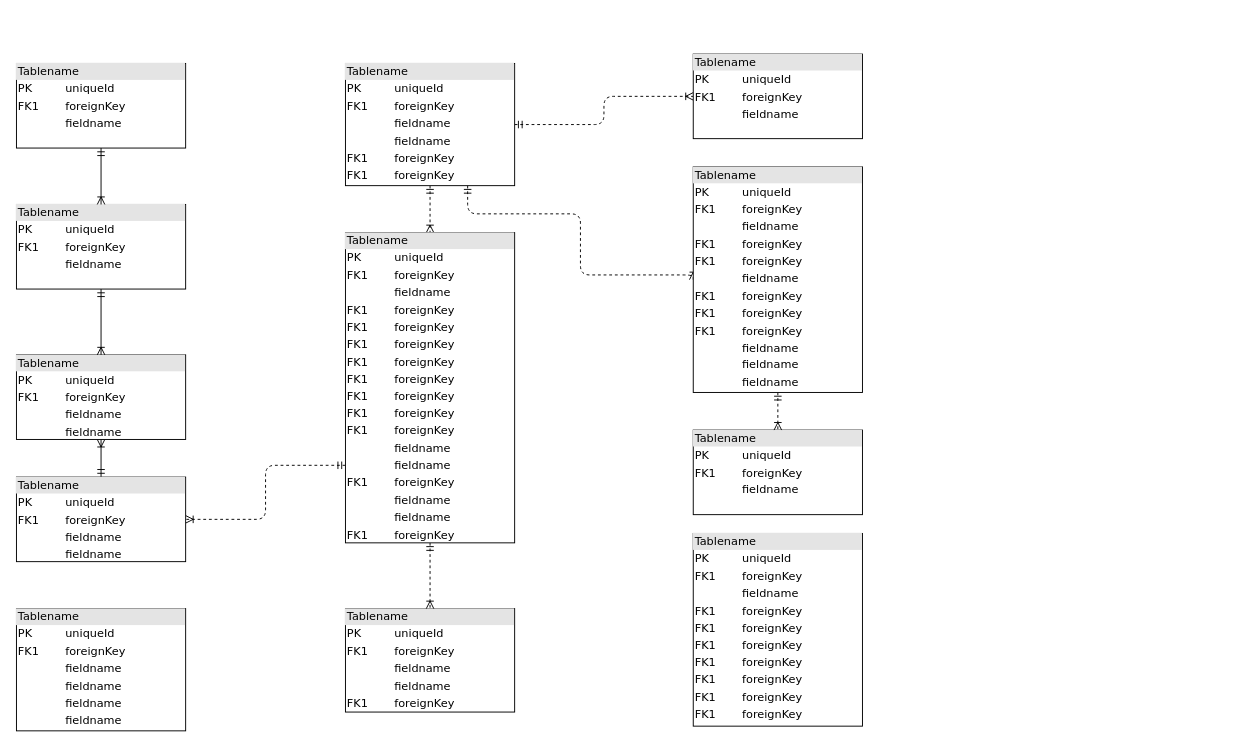
Above: TG-DATABASE.drawio in junioisaac123/diagramIOSchemes (draw.io), before the change. Source tidied: cells renumbered, new cells numbered last; positions are measured from the earlier drawing's top-left corner, leaving out a move shared by most shapes. Both pictures are drawn from the tidied source at 94%, with x=0, y=0 at pixel (16, 54).
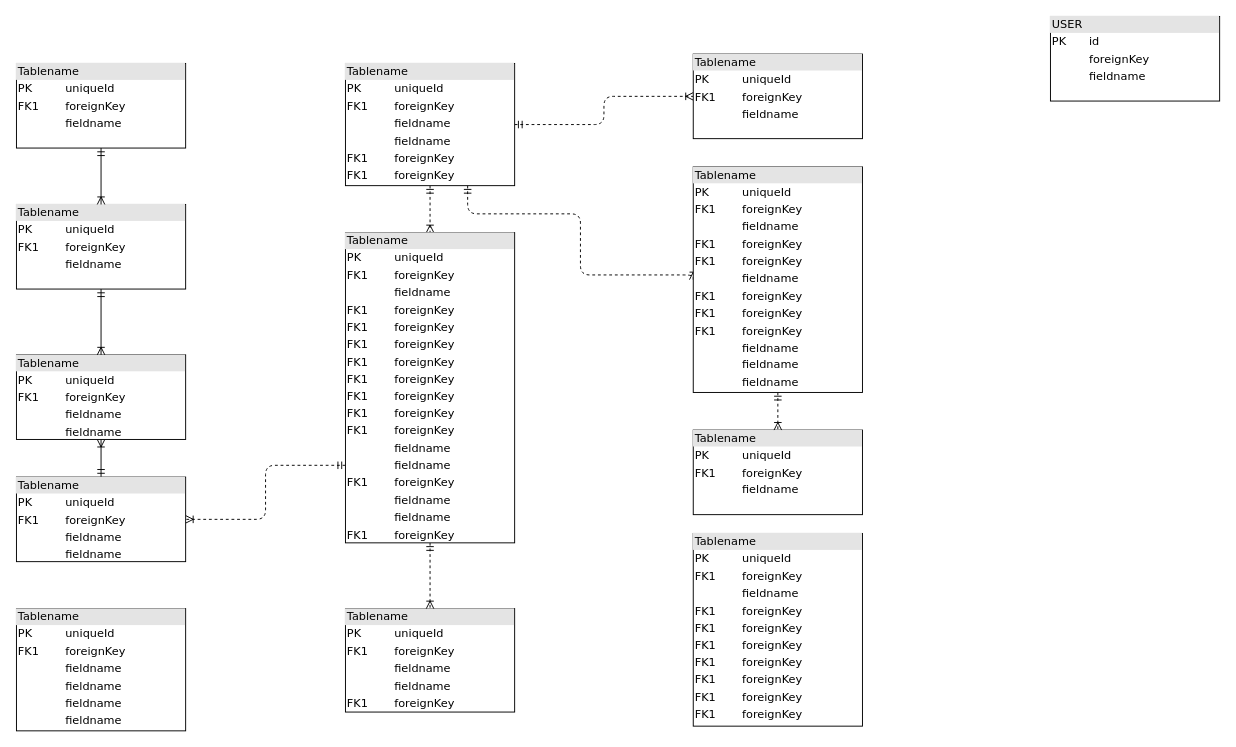
The same page after the edit.

What changed in the source:
```diff
@@
+    <mxCell id="23" value="&lt;div style=&quot;box-sizing:border-box;width:100%;background:#e4e4e4;padding:2px;&quot;&gt;USER&lt;/div&gt;&lt;table style=&quot;width:100%;font-size:1em;&quot; cellpadding=&quot;2&quot; cellspacing=&quot;0&quot;&gt;&lt;tbody&gt;&lt;tr&gt;&lt;td&gt;PK&lt;/td&gt;&lt;td&gt;id&lt;/td&gt;&lt;/tr&gt;&lt;tr&gt;&lt;td&gt;&lt;/td&gt;&lt;td&gt;foreignKey&lt;/td&gt;&lt;/tr&gt;&lt;tr&gt;&lt;td&gt;&lt;/td&gt;&lt;td&gt;fieldname&lt;/td&gt;&lt;/tr&gt;&lt;tr&gt;&lt;td&gt;&lt;br&gt;&lt;/td&gt;&lt;td&gt;&lt;br&gt;&lt;/td&gt;&lt;/tr&gt;&lt;/tbody&gt;&lt;/table&gt;" style="verticalAlign=top;align=left;overflow=fill;html=1;rounded=0;shadow=0;comic=0;labelBackgroundColor=none;strokeWidth=1;fontFamily=Verdana;fontSize=12;" parent="1" vertex="1">
+      <mxGeometry x="1100" y="-40" width="180" height="90" as="geometry" />
+    </mxCell>
```
